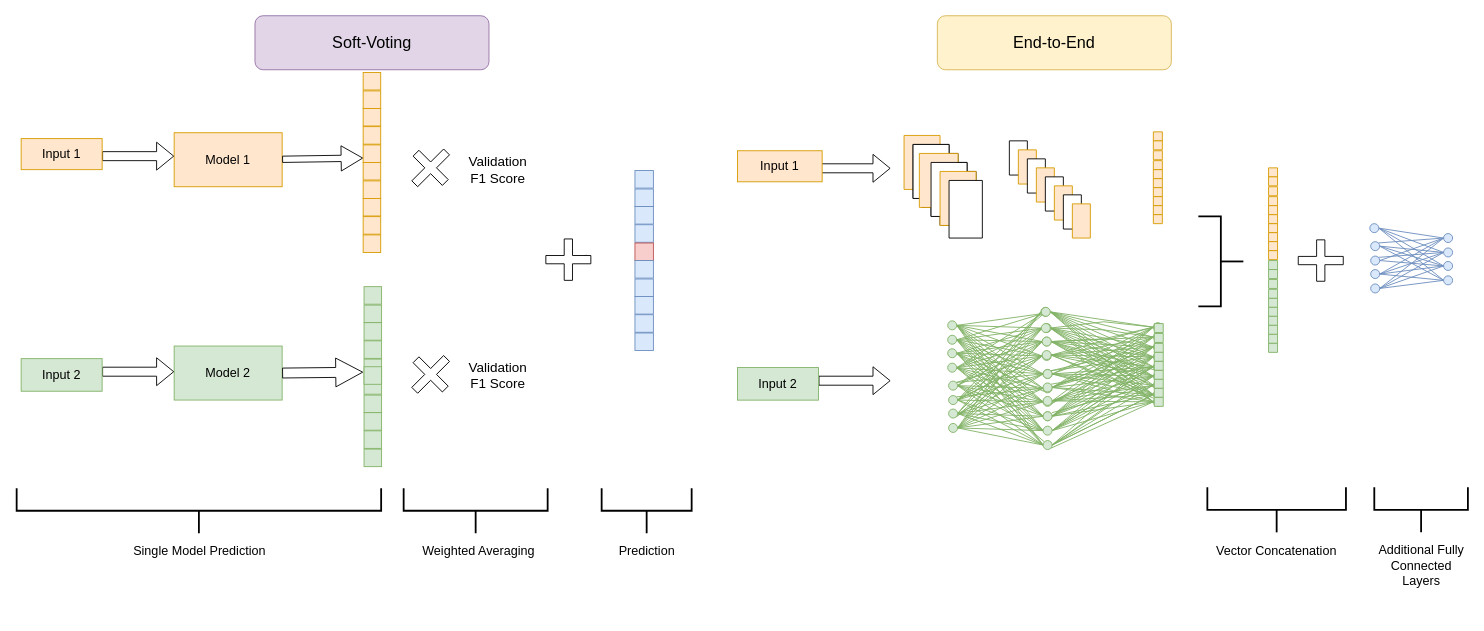
The draw.io diagram page "End-to-End_Soft-Voting" (1 of 8) of m_thesis/Soft-End-to-End.drawio in sverige16/Tomic-Chem-CP-Prot-MoA, before the edit. Source tidied: cells renumbered, new cells numbered last; positions are measured from the earlier drawing's top-left corner, leaving out a move shared by most shapes. Both pictures are drawn from the tidied source at 90%, with x=0, y=0 at pixel (21, 15).
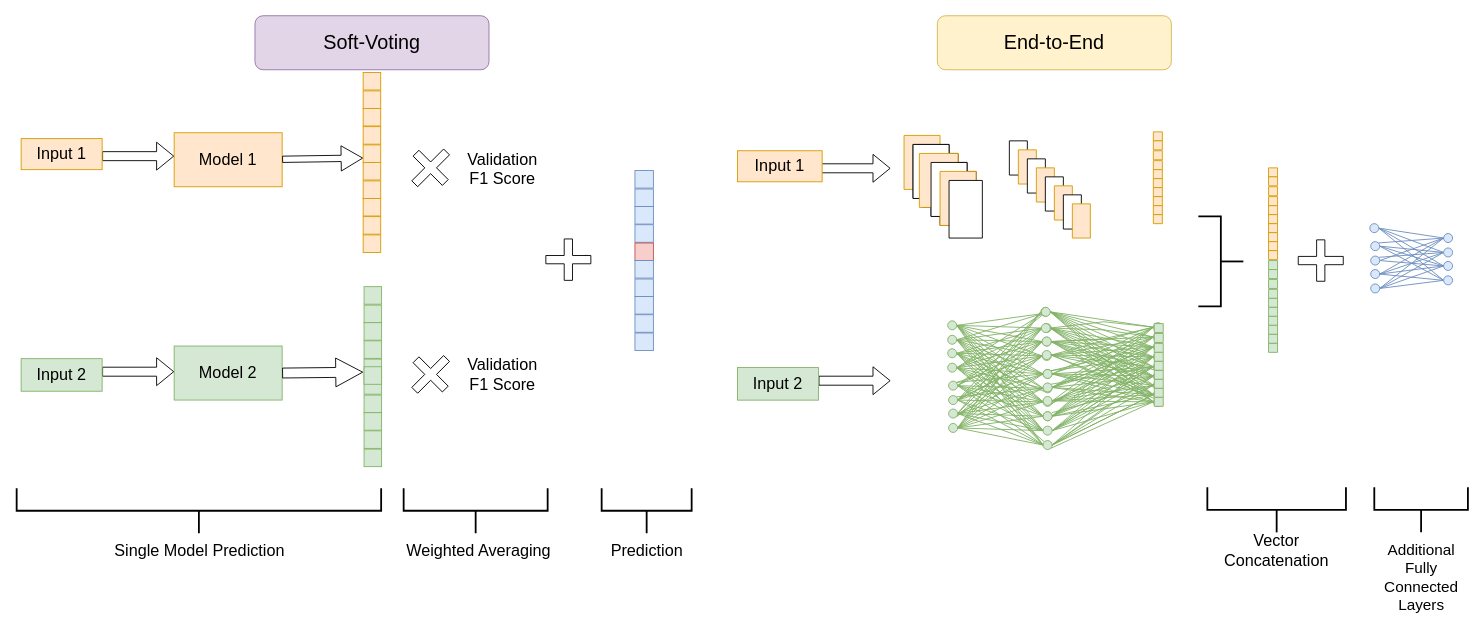
The same page after the edit.

What changed in the source:
```diff
@@
-    <mxCell id="2" value="&lt;font style=&quot;font-size: 14px;&quot;&gt;Model 1&lt;/font&gt;" style="rounded=0;whiteSpace=wrap;html=1;fillColor=#ffe6cc;strokeColor=#d79b00;" parent="1" vertex="1">
+    <mxCell id="2" value="&lt;font style=&quot;font-size: 18px;&quot;&gt;Model 1&lt;/font&gt;" style="rounded=0;whiteSpace=wrap;html=1;fillColor=#ffe6cc;strokeColor=#d79b00;" parent="1" vertex="1">
       <mxGeometry x="170" y="130" width="120" height="60" as="geometry" />
     </mxCell>
-    <mxCell id="3" value="&lt;font style=&quot;font-size: 14px;&quot;&gt;Model 2&lt;/font&gt;" style="rounded=0;whiteSpace=wrap;html=1;fillColor=#d5e8d4;strokeColor=#82b366;" parent="1" vertex="1">
+    <mxCell id="3" value="&lt;font style=&quot;font-size: 18px;&quot;&gt;Model 2&lt;/font&gt;" style="rounded=0;whiteSpace=wrap;html=1;fillColor=#d5e8d4;strokeColor=#82b366;" parent="1" vertex="1">
       <mxGeometry x="170" y="367" width="120" height="60" as="geometry" />
     </mxCell>
-    <mxCell id="4" value="&lt;font style=&quot;font-size: 18px;&quot;&gt;Soft-Voting&lt;/font&gt;" style="rounded=1;whiteSpace=wrap;html=1;fillColor=#e1d5e7;strokeColor=#9673a6;" parent="1" vertex="1">
+    <mxCell id="4" value="&lt;font style=&quot;font-size: 22px;&quot;&gt;Soft-Voting&lt;/font&gt;" style="rounded=1;whiteSpace=wrap;html=1;fillColor=#e1d5e7;strokeColor=#9673a6;" parent="1" vertex="1">
       <mxGeometry x="259.8" width="260" height="60" as="geometry" />
     </mxCell>
-    <mxCell id="5" value="&lt;font style=&quot;font-size: 18px;&quot;&gt;End-to-End&lt;/font&gt;" style="rounded=1;whiteSpace=wrap;html=1;fillColor=#fff2cc;strokeColor=#d6b656;" parent="1" vertex="1">
+    <mxCell id="5" value="&lt;font style=&quot;font-size: 22px;&quot;&gt;End-to-End&lt;/font&gt;" style="rounded=1;whiteSpace=wrap;html=1;fillColor=#fff2cc;strokeColor=#d6b656;" parent="1" vertex="1">
       <mxGeometry x="1018" width="260" height="60" as="geometry" />
     </mxCell>
@@
-    <mxCell id="222" value="&lt;font style=&quot;font-size: 15px;&quot;&gt;Validation &lt;font style=&quot;font-size: 15px;&quot;&gt;F1 Score&lt;/font&gt;&lt;/font&gt; " style="text;html=1;strokeColor=none;fillColor=none;align=center;verticalAlign=middle;whiteSpace=wrap;rounded=0;fontSize=11;fontFamily=Helvetica;fontColor=default;" parent="1" vertex="1">
-      <mxGeometry x="500" y="156" width="60" height="30" as="geometry" />
+    <mxCell id="222" value="&lt;font style=&quot;font-size: 18px;&quot;&gt;Validation &lt;font style=&quot;font-size: 18px;&quot;&gt;F1 Score&lt;/font&gt;&lt;/font&gt; " style="text;html=1;strokeColor=none;fillColor=none;align=center;verticalAlign=middle;whiteSpace=wrap;rounded=0;fontSize=11;fontFamily=Helvetica;fontColor=default;" parent="1" vertex="1">
+      <mxGeometry x="500" y="156" width="70" height="30" as="geometry" />
     </mxCell>
-    <mxCell id="223" value="&lt;font style=&quot;font-size: 15px;&quot;&gt;Validation &lt;font style=&quot;font-size: 15px;&quot;&gt;F1 Score&lt;/font&gt;&lt;/font&gt; " style="text;html=1;strokeColor=none;fillColor=none;align=center;verticalAlign=middle;whiteSpace=wrap;rounded=0;fontSize=11;fontFamily=Helvetica;fontColor=default;" parent="1" vertex="1">
-      <mxGeometry x="500" y="384" width="60" height="30" as="geometry" />
+    <mxCell id="223" value="&lt;font style=&quot;font-size: 18px;&quot;&gt;Validation &lt;font style=&quot;font-size: 18px;&quot;&gt;F1 Score&lt;/font&gt;&lt;/font&gt; " style="text;html=1;strokeColor=none;fillColor=none;align=center;verticalAlign=middle;whiteSpace=wrap;rounded=0;fontSize=11;fontFamily=Helvetica;fontColor=default;" parent="1" vertex="1">
+      <mxGeometry x="500" y="384" width="70" height="30" as="geometry" />
     </mxCell>
@@
-    <mxCell id="227" value="&lt;font style=&quot;font-size: 14px;&quot;&gt;Input 1&lt;/font&gt;" style="rounded=0;whiteSpace=wrap;html=1;fontFamily=Helvetica;fontSize=11;fillColor=#ffe6cc;strokeColor=#d79b00;" parent="1" vertex="1">
+    <mxCell id="227" value="&lt;font style=&quot;font-size: 18px;&quot;&gt;Input 1&lt;/font&gt;" style="rounded=0;whiteSpace=wrap;html=1;fontFamily=Helvetica;fontSize=11;fillColor=#ffe6cc;strokeColor=#d79b00;" parent="1" vertex="1">
       <mxGeometry y="136.5" width="90" height="34.5" as="geometry" />
     </mxCell>
@@
-    <mxCell id="229" value="&lt;font style=&quot;font-size: 14px;&quot;&gt;Input 2&lt;/font&gt;" style="rounded=0;whiteSpace=wrap;html=1;fontFamily=Helvetica;fontSize=11;fillColor=#d5e8d4;strokeColor=#82b366;" parent="1" vertex="1">
+    <mxCell id="229" value="&lt;font style=&quot;font-size: 18px;&quot;&gt;Input 2&lt;/font&gt;" style="rounded=0;whiteSpace=wrap;html=1;fontFamily=Helvetica;fontSize=11;fillColor=#d5e8d4;strokeColor=#82b366;" parent="1" vertex="1">
       <mxGeometry y="381" width="90" height="36.2" as="geometry" />
     </mxCell>
@@
-    <mxCell id="345" value="&lt;font style=&quot;font-size: 14px;&quot;&gt;Single Model Prediction&lt;/font&gt;" style="text;html=1;align=center;verticalAlign=middle;strokeColor=none;fillColor=none;fontSize=11;fontFamily=Helvetica;fontColor=default;" parent="1" vertex="1">
-      <mxGeometry x="112.5" y="580" width="170" height="30" as="geometry" />
+    <mxCell id="345" value="&lt;font style=&quot;font-size: 18px;&quot;&gt;Single Model Prediction&lt;/font&gt;" style="text;html=1;align=center;verticalAlign=middle;strokeColor=none;fillColor=none;fontSize=11;fontFamily=Helvetica;fontColor=default;" parent="1" vertex="1">
+      <mxGeometry x="92.5" y="575" width="210" height="40" as="geometry" />
     </mxCell>
-    <mxCell id="346" value="&lt;font style=&quot;font-size: 14px;&quot;&gt;Weighted Averaging&lt;/font&gt;" style="text;html=1;align=center;verticalAlign=middle;strokeColor=none;fillColor=none;fontSize=11;fontFamily=Helvetica;fontColor=default;" parent="1" vertex="1">
-      <mxGeometry x="433" y="580" width="150" height="30" as="geometry" />
+    <mxCell id="346" value="&lt;font style=&quot;font-size: 18px;&quot;&gt;Weighted Averaging&lt;/font&gt;" style="text;html=1;align=center;verticalAlign=middle;strokeColor=none;fillColor=none;fontSize=11;fontFamily=Helvetica;fontColor=default;" parent="1" vertex="1">
+      <mxGeometry x="413" y="575" width="190" height="40" as="geometry" />
     </mxCell>
@@
-    <mxCell id="349" value="&lt;font style=&quot;font-size: 14px;&quot;&gt;Vector Concatenation&lt;/font&gt;" style="text;html=1;strokeColor=none;fillColor=none;align=center;verticalAlign=middle;whiteSpace=wrap;rounded=0;fontSize=11;fontFamily=Helvetica;fontColor=default;" parent="1" vertex="1">
+    <mxCell id="349" value="&lt;font style=&quot;font-size: 18px;&quot;&gt;Vector Concatenation&lt;/font&gt;" style="text;html=1;strokeColor=none;fillColor=none;align=center;verticalAlign=middle;whiteSpace=wrap;rounded=0;fontSize=11;fontFamily=Helvetica;fontColor=default;" parent="1" vertex="1">
       <mxGeometry x="1310" y="580" width="170" height="30" as="geometry" />
     </mxCell>
-    <mxCell id="350" value="&lt;font style=&quot;font-size: 14px;&quot;&gt;Additional Fully Connected Layers&lt;/font&gt;" style="text;html=1;strokeColor=none;fillColor=none;align=center;verticalAlign=middle;whiteSpace=wrap;rounded=0;fontSize=11;fontFamily=Helvetica;fontColor=default;" parent="1" vertex="1">
-      <mxGeometry x="1504.8" y="596" width="101.5" height="30" as="geometry" />
+    <mxCell id="350" value="&lt;font style=&quot;font-size: 17px;&quot;&gt;Additional Fully Connected Layers&lt;/font&gt;" style="text;html=1;strokeColor=none;fillColor=none;align=center;verticalAlign=middle;whiteSpace=wrap;rounded=0;fontSize=11;fontFamily=Helvetica;fontColor=default;" parent="1" vertex="1">
+      <mxGeometry x="1504.8" y="610" width="101.5" height="30" as="geometry" />
     </mxCell>
@@
-    <mxCell id="352" value="&lt;font style=&quot;font-size: 14px;&quot;&gt;Prediction&lt;/font&gt;" style="text;html=1;align=center;verticalAlign=middle;strokeColor=none;fillColor=none;fontSize=11;fontFamily=Helvetica;fontColor=default;" parent="1" vertex="1">
-      <mxGeometry x="650" y="580" width="90" height="30" as="geometry" />
+    <mxCell id="352" value="&lt;font style=&quot;font-size: 18px;&quot;&gt;Prediction&lt;/font&gt;" style="text;html=1;align=center;verticalAlign=middle;strokeColor=none;fillColor=none;fontSize=11;fontFamily=Helvetica;fontColor=default;" parent="1" vertex="1">
+      <mxGeometry x="645" y="575" width="100" height="40" as="geometry" />
     </mxCell>
@@
-    <mxCell id="355" value="&lt;font style=&quot;font-size: 14px;&quot;&gt;Input 1&lt;/font&gt;" style="rounded=0;whiteSpace=wrap;html=1;fontFamily=Helvetica;fontSize=11;fillColor=#ffe6cc;strokeColor=#d79b00;" parent="1" vertex="1">
+    <mxCell id="355" value="&lt;font style=&quot;font-size: 18px;&quot;&gt;Input 1&lt;/font&gt;" style="rounded=0;whiteSpace=wrap;html=1;fontFamily=Helvetica;fontSize=11;fillColor=#ffe6cc;strokeColor=#d79b00;" parent="1" vertex="1">
       <mxGeometry x="796" y="150" width="94" height="34.5" as="geometry" />
     </mxCell>
-    <mxCell id="356" value="&lt;font style=&quot;font-size: 14px;&quot;&gt;Input 2&lt;/font&gt;" style="rounded=0;whiteSpace=wrap;html=1;fontFamily=Helvetica;fontSize=11;fillColor=#d5e8d4;strokeColor=#82b366;" parent="1" vertex="1">
+    <mxCell id="356" value="&lt;font style=&quot;font-size: 18px;&quot;&gt;Input 2&lt;/font&gt;" style="rounded=0;whiteSpace=wrap;html=1;fontFamily=Helvetica;fontSize=11;fillColor=#d5e8d4;strokeColor=#82b366;" parent="1" vertex="1">
       <mxGeometry x="796" y="390.9" width="90" height="36.2" as="geometry" />
     </mxCell>
```
